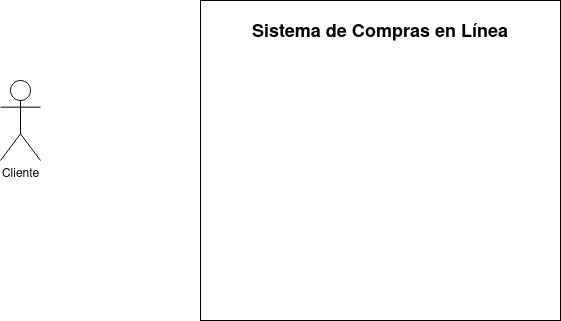
Before: Sistema de Compras en Línea.png, a diagram exported from draw.io (alejandrosalazargonzalez/tarea-diagramas). Source tidied: cells renumbered, new cells last; positions are measured from the earlier drawing's top-left corner, leaving out a move shared by most shapes.
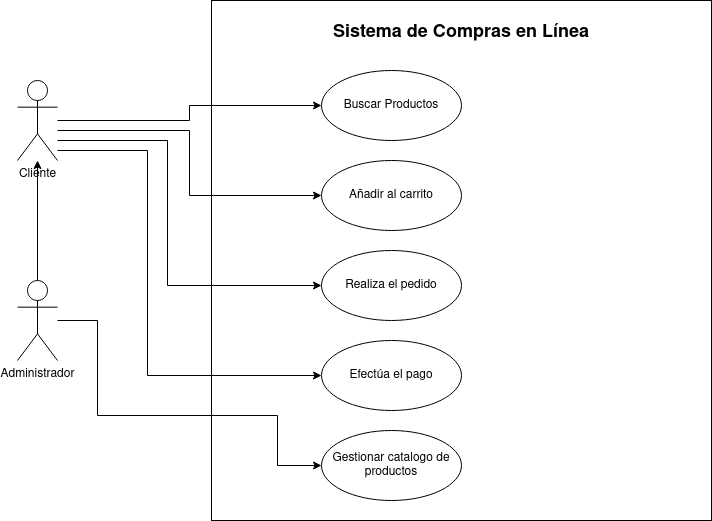
The same file after the commit.

What changed in the source:
```diff
@@ -2,11 +2,72 @@
   <root>
     <mxCell id="0" />
     <mxCell id="1" parent="0" />
+    <mxCell id="4" style="edgeStyle=orthogonalEdgeStyle;rounded=0;jettySize=auto;html=1;entryX=0;entryY=0.5;entryDx=0;entryDy=0;" parent="1" edge="1" source="3" target="9">
+      <mxGeometry relative="1" as="geometry" />
+    </mxCell>
+    <mxCell id="5" style="edgeStyle=orthogonalEdgeStyle;rounded=0;jettySize=auto;html=1;entryX=0;entryY=0.5;entryDx=0;entryDy=0;" parent="1" edge="1" source="3" target="10">
+      <mxGeometry relative="1" as="geometry">
+        <Array as="points">
+          <mxPoint x="172" y="130" />
+          <mxPoint x="172" y="195" />
+        </Array>
+      </mxGeometry>
+    </mxCell>
+    <mxCell id="6" style="edgeStyle=orthogonalEdgeStyle;rounded=0;jettySize=auto;html=1;entryX=0;entryY=0.5;entryDx=0;entryDy=0;" parent="1" edge="1" source="3" target="11">
+      <mxGeometry relative="1" as="geometry">
+        <Array as="points">
+          <mxPoint x="150" y="140" />
+          <mxPoint x="150" y="285" />
+        </Array>
+      </mxGeometry>
+    </mxCell>
+    <mxCell id="7" style="edgeStyle=orthogonalEdgeStyle;rounded=0;jettySize=auto;html=1;entryX=0;entryY=0.5;entryDx=0;entryDy=0;" parent="1" edge="1" source="3" target="12">
+      <mxGeometry relative="1" as="geometry">
+        <Array as="points">
+          <mxPoint x="130" y="150" />
+          <mxPoint x="130" y="375" />
+        </Array>
+      </mxGeometry>
+    </mxCell>
+    <mxCell id="3" value="Cliente" style="shape=umlActor;html=1;verticalLabelPosition=bottom;verticalAlign=top;align=center;" parent="1" vertex="1">
+      <mxGeometry y="80" width="40" height="80" as="geometry" />
+    </mxCell>
+    <mxCell id="8" style="group;" parent="1" vertex="1">
+      <mxGeometry x="194" width="500" height="520" as="geometry" />
+    </mxCell>
-    <mxCell id="2" value="&lt;h2 dir=&quot;auto&quot; class=&quot;heading-element&quot; tabindex=&quot;-1&quot;&gt;Sistema de Compras en Línea&lt;/h2&gt;" style="shape=rect;html=1;verticalAlign=top;fontStyle=1;whiteSpace=wrap;align=center;" parent="1" vertex="1">
-      <mxGeometry x="200" width="360" height="320" as="geometry" />
+    <mxCell id="2" value="&lt;h2 dir=&quot;auto&quot; class=&quot;heading-element&quot; tabindex=&quot;-1&quot;&gt;Sistema de Compras en Línea&lt;/h2&gt;" style="shape=rect;html=1;verticalAlign=top;fontStyle=1;whiteSpace=wrap;align=center;fillColor=none;" parent="8" vertex="1">
+      <mxGeometry width="500" height="520" as="geometry" />
     </mxCell>
-    <mxCell id="3" value="Cliente" style="shape=umlActor;html=1;verticalLabelPosition=bottom;verticalAlign=top;align=center;" parent="1" vertex="1">
-      <mxGeometry y="80" width="40" height="80" as="geometry" />
-    </mxCell>
+    <mxCell id="9" value="Buscar Productos" style="ellipse;whiteSpace=wrap;html=1;" parent="8" vertex="1">
+      <mxGeometry x="110" y="70" width="140" height="70" as="geometry" />
+    </mxCell>
+    <mxCell id="10" value="Añadir al carrito" style="ellipse;whiteSpace=wrap;html=1;" parent="8" vertex="1">
+      <mxGeometry x="110" y="160" width="140" height="70" as="geometry" />
+    </mxCell>
+    <mxCell id="11" value="Realiza el pedido" style="ellipse;whiteSpace=wrap;html=1;" parent="8" vertex="1">
+      <mxGeometry x="110" y="250" width="140" height="70" as="geometry" />
+    </mxCell>
+    <mxCell id="12" value="Efectúa el pago" style="ellipse;whiteSpace=wrap;html=1;" parent="8" vertex="1">
+      <mxGeometry x="110" y="340" width="140" height="70" as="geometry" />
+    </mxCell>
+    <mxCell id="13" value="&lt;div&gt;Gestionar catalogo de productos&lt;/div&gt;" style="ellipse;whiteSpace=wrap;html=1;" parent="8" vertex="1">
+      <mxGeometry x="110" y="430" width="140" height="70" as="geometry" />
+    </mxCell>
+    <mxCell id="14" style="edgeStyle=orthogonalEdgeStyle;rounded=0;jettySize=auto;html=1;" parent="1" edge="1" source="16" target="3">
+      <mxGeometry relative="1" as="geometry" />
+    </mxCell>
+    <mxCell id="15" style="edgeStyle=orthogonalEdgeStyle;rounded=0;jettySize=auto;html=1;entryX=0;entryY=0.5;entryDx=0;entryDy=0;" parent="1" edge="1" source="16" target="13">
+      <mxGeometry relative="1" as="geometry">
+        <Array as="points">
+          <mxPoint x="80" y="320" />
+          <mxPoint x="80" y="415" />
+          <mxPoint x="260" y="415" />
+          <mxPoint x="260" y="465" />
+        </Array>
+      </mxGeometry>
+    </mxCell>
+    <mxCell id="16" value="Administrador" style="shape=umlActor;html=1;verticalLabelPosition=bottom;verticalAlign=top;align=center;" parent="1" vertex="1">
+      <mxGeometry y="280" width="40" height="80" as="geometry" />
+    </mxCell>
   </root>
 </mxGraphModel>
```
